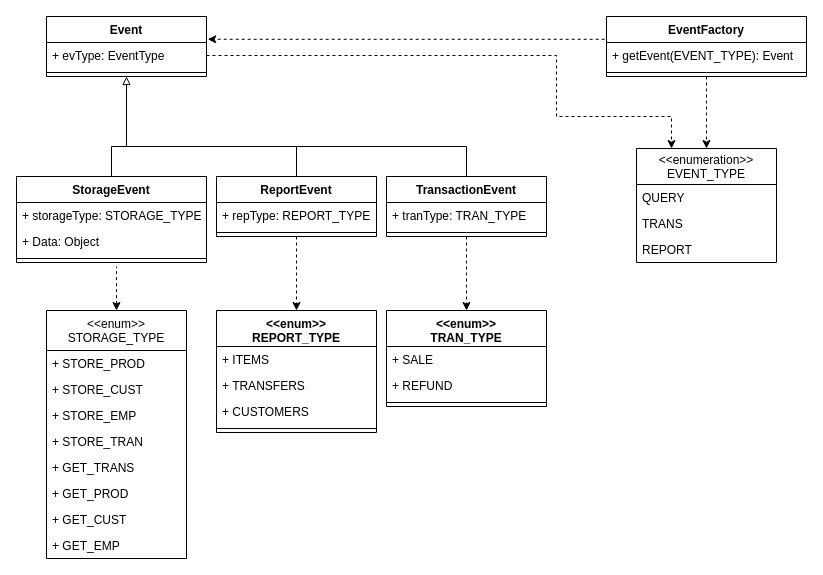
Above: Events uml.drawio in John-Ad/prg2-group-project (draw.io), before the change. Source tidied: cells renumbered, new cells numbered last; positions are measured from the earlier drawing's top-left corner, leaving out a move shared by most shapes. Both pictures are drawn from the tidied source at 100%, with x=0, y=0 at pixel (16, 16).
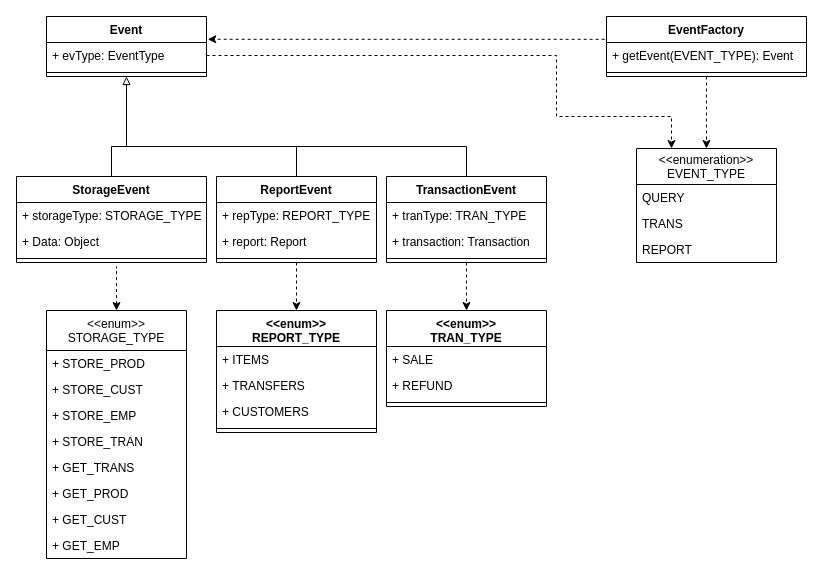
The same diagram, later.

Diff of the diagram source:
```diff
@@
     <mxCell id="31" value="ReportEvent" style="swimlane;fontStyle=1;align=center;verticalAlign=top;horizontal=1;startSize=26;" parent="1" vertex="1">
-      <mxGeometry x="200" y="160" width="160" height="60" as="geometry" />
+      <mxGeometry x="200" y="160" width="160" height="86" as="geometry" />
     </mxCell>
@@
+    <mxCell id="49" value="+ report: Report" style="text;strokeColor=none;fillColor=none;align=left;verticalAlign=top;spacingLeft=4;spacingRight=4;overflow=hidden;" parent="31" vertex="1">
+      <mxGeometry y="52" width="160" height="26" as="geometry" />
+    </mxCell>
     <mxCell id="33" style="line;strokeWidth=1;fillColor=none;align=left;verticalAlign=middle;spacingTop=-1;spacingLeft=3;spacingRight=3;labelPosition=right;" parent="31" vertex="1">
-      <mxGeometry y="52" width="160" height="8" as="geometry" />
+      <mxGeometry y="78" width="160" height="8" as="geometry" />
     </mxCell>
@@
     <mxCell id="36" value="TransactionEvent" style="swimlane;fontStyle=1;align=center;verticalAlign=top;horizontal=1;startSize=26;" parent="1" vertex="1">
-      <mxGeometry x="370" y="160" width="160" height="60" as="geometry" />
+      <mxGeometry x="370" y="160" width="160" height="86" as="geometry" />
     </mxCell>
+    <mxCell id="50" value="+ tranType: TRAN_TYPE" style="text;strokeColor=none;fillColor=none;align=left;verticalAlign=top;spacingLeft=4;spacingRight=4;overflow=hidden;" parent="36" vertex="1">
+      <mxGeometry y="26" width="160" height="26" as="geometry" />
+    </mxCell>
-    <mxCell id="37" value="+ tranType: TRAN_TYPE" style="text;strokeColor=none;fillColor=none;align=left;verticalAlign=top;spacingLeft=4;spacingRight=4;overflow=hidden;" parent="36" vertex="1">
-      <mxGeometry y="26" width="160" height="26" as="geometry" />
+    <mxCell id="37" value="+ transaction: Transaction" style="text;strokeColor=none;fillColor=none;align=left;verticalAlign=top;spacingLeft=4;spacingRight=4;overflow=hidden;" parent="36" vertex="1">
+      <mxGeometry y="52" width="160" height="26" as="geometry" />
     </mxCell>
     <mxCell id="38" style="line;strokeWidth=1;fillColor=none;align=left;verticalAlign=middle;spacingTop=-1;spacingLeft=3;spacingRight=3;labelPosition=right;" parent="36" vertex="1">
-      <mxGeometry y="52" width="160" height="8" as="geometry" />
+      <mxGeometry y="78" width="160" height="8" as="geometry" />
     </mxCell>
```
